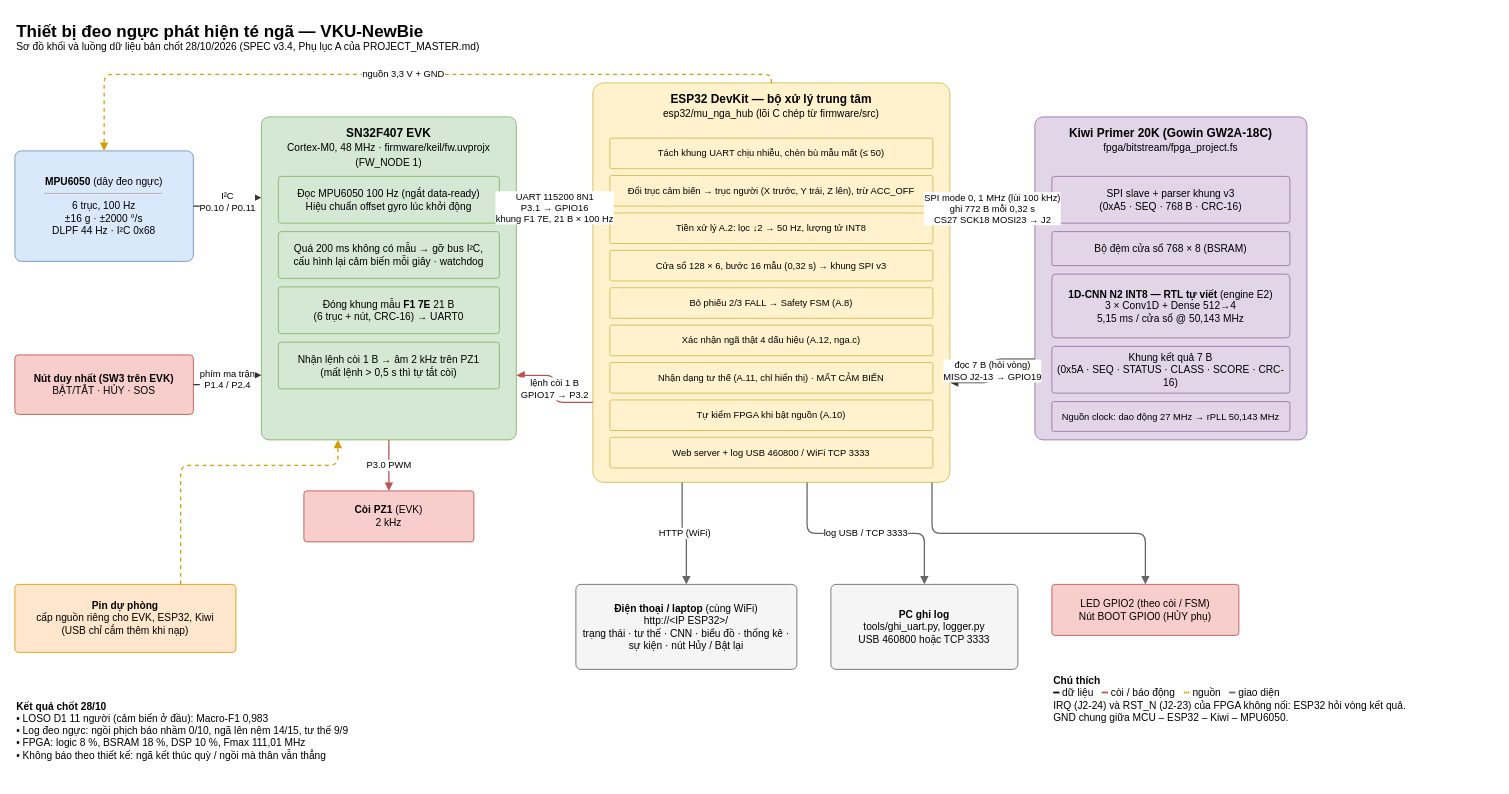
This is page "1. Tổng quan hệ thống" (1 of 6) of docs/so_do_he_thong.drawio from danhle396/fpga2026gowin, a draw.io file, before an edit. Source tidied: cells renumbered, new cells numbered last; positions are measured from the earlier drawing's top-left corner, leaving out a move shared by most shapes. Both pictures are drawn from the tidied source at 85%, with x=0, y=0 at pixel (14, 14).
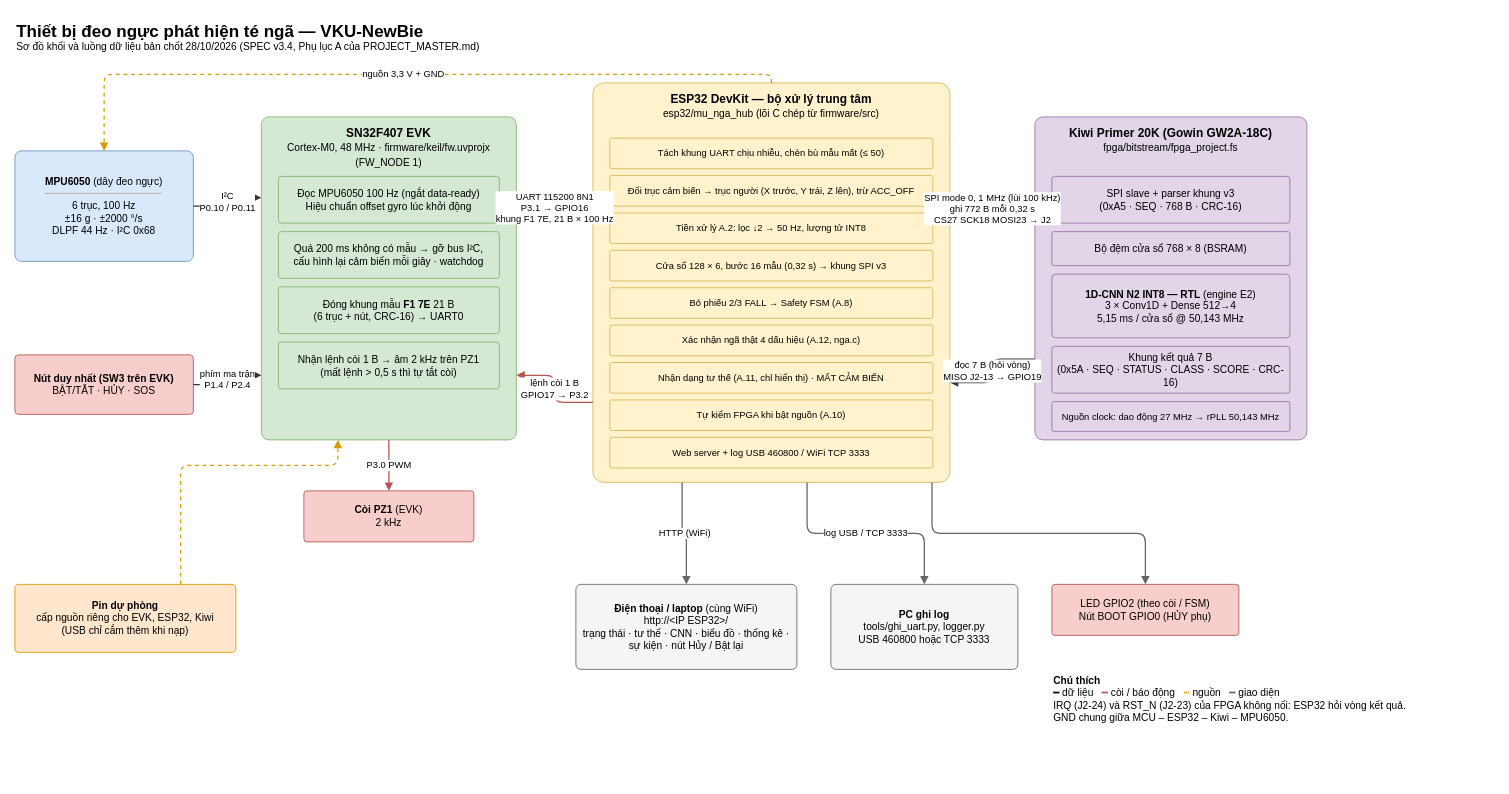
Above is the later version.

Change to the diagram source:
```diff
@@
-    <mxCell id="24" value="&lt;b&gt;1D-CNN N2 INT8 — RTL tự viết&lt;/b&gt; (engine E2)&lt;br&gt;3 × Conv1D + Dense 512→4&lt;br&gt;5,15 ms / cửa sổ @ 50,143 MHz" style="rounded=1;whiteSpace=wrap;html=1;arcSize=6;fillColor=#e1d5e7;strokeColor=#9673a6;verticalAlign=middle;align=center;spacing=6;fontSize=12;" parent="1" vertex="1">
+    <mxCell id="24" value="&lt;b&gt;1D-CNN N2 INT8 — RTL&lt;/b&gt;&amp;nbsp;(engine E2)&lt;br&gt;3 × Conv1D + Dense 512→4&lt;br&gt;5,15 ms / cửa sổ @ 50,143 MHz" style="rounded=1;whiteSpace=wrap;html=1;arcSize=6;fillColor=#e1d5e7;strokeColor=#9673a6;verticalAlign=middle;align=center;spacing=6;fontSize=12;" parent="1" vertex="1">
       <mxGeometry x="1220" y="305" width="280" height="75" as="geometry" />
     </mxCell>
@@
-    <mxCell id="44" value="&lt;b&gt;Kết quả chốt 28/10&lt;/b&gt;&lt;br&gt;• LOSO D1 11 người (cảm biến ở đầu): Macro-F1 0,983&lt;br&gt;• Log đeo ngực: ngồi phịch báo nhầm 0/10, ngã lên nệm 14/15, tư thế 9/9&lt;br&gt;• FPGA: logic 8 %, BSRAM 18 %, DSP 10 %, Fmax 111,01 MHz&lt;br&gt;• Không báo theo thiết kế: ngã kết thúc quỳ / ngồi mà thân vẫn thẳng" style="text;html=1;whiteSpace=wrap;align=left;verticalAlign=top;fontSize=12;" parent="1" vertex="1">
-      <mxGeometry y="800" width="620" height="100" as="geometry" />
-    </mxCell>
```
